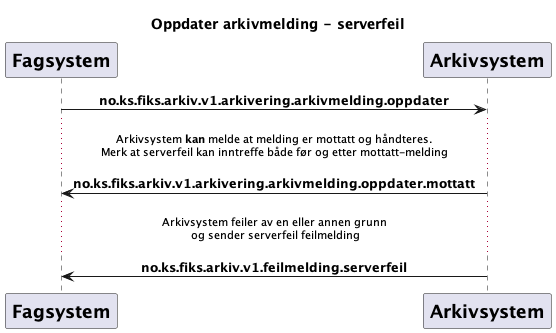
Before: Dokumentasjon/V1/Meldinger/no.ks.fiks.arkiv.v1.arkivering.arkivmelding.oppdater/arkivmelding-oppdater-feilmelding-serverfeil.png, a diagram exported from PlantUML (ks-no/fiks-arkiv-specification). The source it was exported from:
```plantuml
@startuml
skinparam sequenceMessageAlign center

title "Oppdater arkivmelding - serverfeil"

participant Fagsystem [
    = Fagsystem
]
participant Arkivsystem [
    = Arkivsystem
]

Fagsystem -> Arkivsystem : **no.ks.fiks.arkiv.v1.arkivering.arkivmelding.oppdater**
...Arkivsystem **kan** melde at melding er mottatt og håndteres.\nMerk at serverfeil kan inntreffe både før og etter mottatt-melding...
Arkivsystem -> Fagsystem : **no.ks.fiks.arkiv.v1.arkivering.arkivmelding.oppdater.mottatt**
...Arkivsystem feiler av en eller annen grunn\n og sender serverfeil feilmelding...
Arkivsystem -> Fagsystem : **no.ks.fiks.arkiv.v1.feilmelding.serverfeil**

@enduml
```
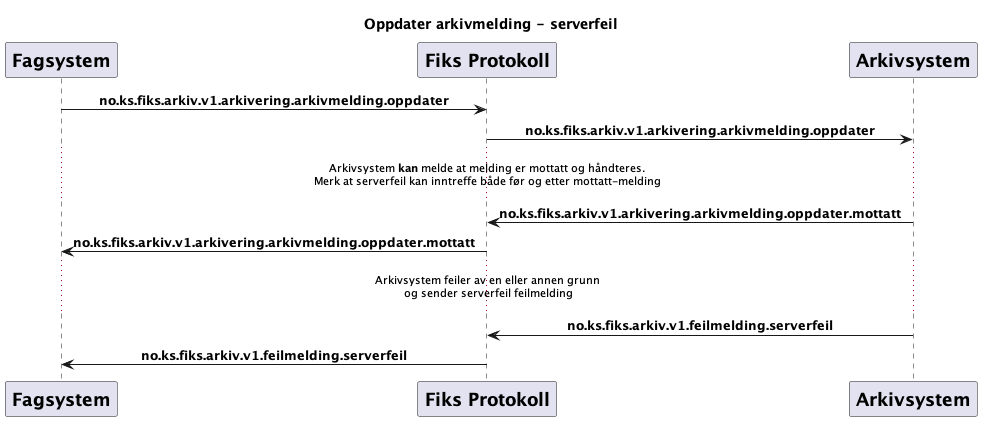
Above is the later version.

The edit, as a diff of the source:
```diff
@@ -6,14 +6,20 @@
 participant Fagsystem [
     = Fagsystem
 ]
+participant FiksProtokoll [
+    = Fiks Protokoll
+]
 participant Arkivsystem [
     = Arkivsystem
 ]
 
-Fagsystem -> Arkivsystem : **no.ks.fiks.arkiv.v1.arkivering.arkivmelding.oppdater**
+Fagsystem -> FiksProtokoll : **no.ks.fiks.arkiv.v1.arkivering.arkivmelding.oppdater**
+FiksProtokoll -> Arkivsystem : **no.ks.fiks.arkiv.v1.arkivering.arkivmelding.oppdater**
 ...Arkivsystem **kan** melde at melding er mottatt og håndteres.\nMerk at serverfeil kan inntreffe både før og etter mottatt-melding...
-Arkivsystem -> Fagsystem : **no.ks.fiks.arkiv.v1.arkivering.arkivmelding.oppdater.mottatt**
+Arkivsystem -> FiksProtokoll : **no.ks.fiks.arkiv.v1.arkivering.arkivmelding.oppdater.mottatt**
+FiksProtokoll -> Fagsystem : **no.ks.fiks.arkiv.v1.arkivering.arkivmelding.oppdater.mottatt**
 ...Arkivsystem feiler av en eller annen grunn\n og sender serverfeil feilmelding...
-Arkivsystem -> Fagsystem : **no.ks.fiks.arkiv.v1.feilmelding.serverfeil**
+Arkivsystem -> FiksProtokoll : **no.ks.fiks.arkiv.v1.feilmelding.serverfeil**
+FiksProtokoll -> Fagsystem : **no.ks.fiks.arkiv.v1.feilmelding.serverfeil**
 
 @enduml
```
